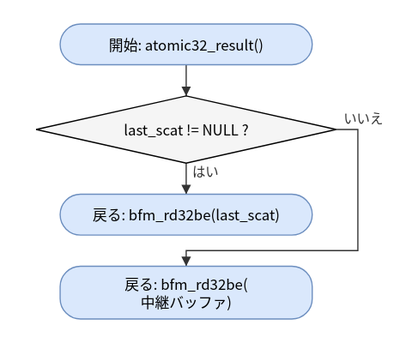
Above: doc/spec/images/flow_src_bfm_ops-atomic32_result.drawio.svg in hf355051012-ai/bfmem (draw.io), before the change. Source tidied: cells renumbered, new cells last; positions are measured from the earlier drawing's top-left corner, leaving out a move shared by most shapes. Source of this version:
```xml
<mxGraphModel>
  <root>
    <mxCell id="0" />
    <mxCell id="1" parent="0" />
    <mxCell id="2" value="開始: atomic32_result()" style="rounded=1;arcSize=50;whiteSpace=wrap;html=1;fillColor=#dae8fc;strokeColor=#6c8ebf;" parent="1" vertex="1">
      <mxGeometry x="20" width="210" height="34" as="geometry" />
    </mxCell>
    <mxCell id="3" value="last_scat != NULL ?" style="rhombus;whiteSpace=wrap;html=1;fillColor=#f5f5f5;" parent="1" vertex="1">
      <mxGeometry y="60" width="250" height="56" as="geometry" />
    </mxCell>
    <mxCell id="4" value="戻る: bfm_rd32be(last_scat)" style="rounded=1;arcSize=50;whiteSpace=wrap;html=1;fillColor=#dae8fc;strokeColor=#6c8ebf;" parent="1" vertex="1">
      <mxGeometry x="20" y="142" width="210" height="34" as="geometry" />
    </mxCell>
    <mxCell id="5" value="戻る: bfm_rd32be(&lt;br&gt;中継バッファ)" style="rounded=1;arcSize=50;whiteSpace=wrap;html=1;fillColor=#dae8fc;strokeColor=#6c8ebf;" parent="1" vertex="1">
      <mxGeometry x="20" y="202" width="210" height="44" as="geometry" />
    </mxCell>
    <mxCell id="6" style="edgeStyle=none;html=1;rounded=0;endArrow=block;endFill=1;exitX=0.5000;exitY=1.0000;exitDx=0;exitDy=0;exitPerimeter=0;entryX=0.5000;entryY=0.0000;entryDx=0;entryDy=0;entryPerimeter=0;" parent="1" edge="1" source="2" target="3">
      <mxGeometry relative="1" as="geometry" />
    </mxCell>
    <mxCell id="7" value="はい" style="edgeStyle=none;html=1;rounded=0;endArrow=block;endFill=1;exitX=0.5000;exitY=1.0000;exitDx=0;exitDy=0;exitPerimeter=0;entryX=0.5000;entryY=0.0000;entryDx=0;entryDy=0;entryPerimeter=0;" parent="1" edge="1" source="3" target="4">
      <mxGeometry relative="1" as="geometry" />
    </mxCell>
    <mxCell id="8" value="いいえ" style="edgeStyle=none;html=1;rounded=0;endArrow=block;endFill=1;exitX=1.0000;exitY=0.5000;exitDx=0;exitDy=0;exitPerimeter=0;entryX=0.5000;entryY=0.0000;entryDx=0;entryDy=0;entryPerimeter=0;" parent="1" edge="1" source="3" target="5">
      <mxGeometry relative="1" as="geometry">
        <Array as="points">
          <mxPoint x="268" y="88" />
          <mxPoint x="268" y="189" />
          <mxPoint x="125" y="189" />
        </Array>
      </mxGeometry>
    </mxCell>
  </root>
</mxGraphModel>
```
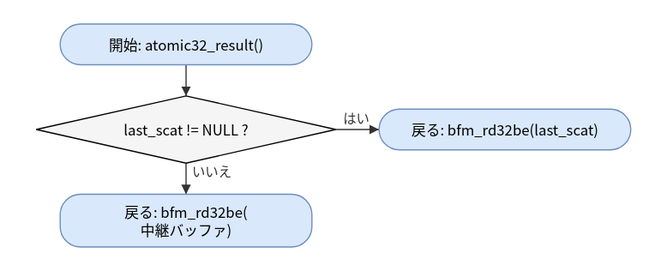
Later version of the same file.

What changed in the source:
```diff
@@ -9,25 +9,19 @@
       <mxGeometry y="60" width="250" height="56" as="geometry" />
     </mxCell>
     <mxCell id="4" value="戻る: bfm_rd32be(last_scat)" style="rounded=1;arcSize=50;whiteSpace=wrap;html=1;fillColor=#dae8fc;strokeColor=#6c8ebf;" parent="1" vertex="1">
-      <mxGeometry x="20" y="142" width="210" height="34" as="geometry" />
+      <mxGeometry x="286" y="71" width="210" height="34" as="geometry" />
     </mxCell>
     <mxCell id="5" value="戻る: bfm_rd32be(&lt;br&gt;中継バッファ)" style="rounded=1;arcSize=50;whiteSpace=wrap;html=1;fillColor=#dae8fc;strokeColor=#6c8ebf;" parent="1" vertex="1">
-      <mxGeometry x="20" y="202" width="210" height="44" as="geometry" />
+      <mxGeometry x="20" y="142" width="210" height="44" as="geometry" />
     </mxCell>
     <mxCell id="6" style="edgeStyle=none;html=1;rounded=0;endArrow=block;endFill=1;exitX=0.5000;exitY=1.0000;exitDx=0;exitDy=0;exitPerimeter=0;entryX=0.5000;entryY=0.0000;entryDx=0;entryDy=0;entryPerimeter=0;" parent="1" edge="1" source="2" target="3">
       <mxGeometry relative="1" as="geometry" />
     </mxCell>
-    <mxCell id="7" value="はい" style="edgeStyle=none;html=1;rounded=0;endArrow=block;endFill=1;exitX=0.5000;exitY=1.0000;exitDx=0;exitDy=0;exitPerimeter=0;entryX=0.5000;entryY=0.0000;entryDx=0;entryDy=0;entryPerimeter=0;" parent="1" edge="1" source="3" target="4">
+    <mxCell id="7" value="はい" style="edgeStyle=none;html=1;rounded=0;endArrow=block;endFill=1;exitX=1.0000;exitY=0.5000;exitDx=0;exitDy=0;exitPerimeter=0;entryX=0.0000;entryY=0.5000;entryDx=0;entryDy=0;entryPerimeter=0;" parent="1" edge="1" source="3" target="4">
       <mxGeometry relative="1" as="geometry" />
     </mxCell>
-    <mxCell id="8" value="いいえ" style="edgeStyle=none;html=1;rounded=0;endArrow=block;endFill=1;exitX=1.0000;exitY=0.5000;exitDx=0;exitDy=0;exitPerimeter=0;entryX=0.5000;entryY=0.0000;entryDx=0;entryDy=0;entryPerimeter=0;" parent="1" edge="1" source="3" target="5">
-      <mxGeometry relative="1" as="geometry">
-        <Array as="points">
-          <mxPoint x="268" y="88" />
-          <mxPoint x="268" y="189" />
-          <mxPoint x="125" y="189" />
-        </Array>
-      </mxGeometry>
+    <mxCell id="8" value="いいえ" style="edgeStyle=none;html=1;rounded=0;endArrow=block;endFill=1;exitX=0.5000;exitY=1.0000;exitDx=0;exitDy=0;exitPerimeter=0;entryX=0.5000;entryY=0.0000;entryDx=0;entryDy=0;entryPerimeter=0;" parent="1" edge="1" source="3" target="5">
+      <mxGeometry relative="1" as="geometry" />
     </mxCell>
   </root>
 </mxGraphModel>
```
